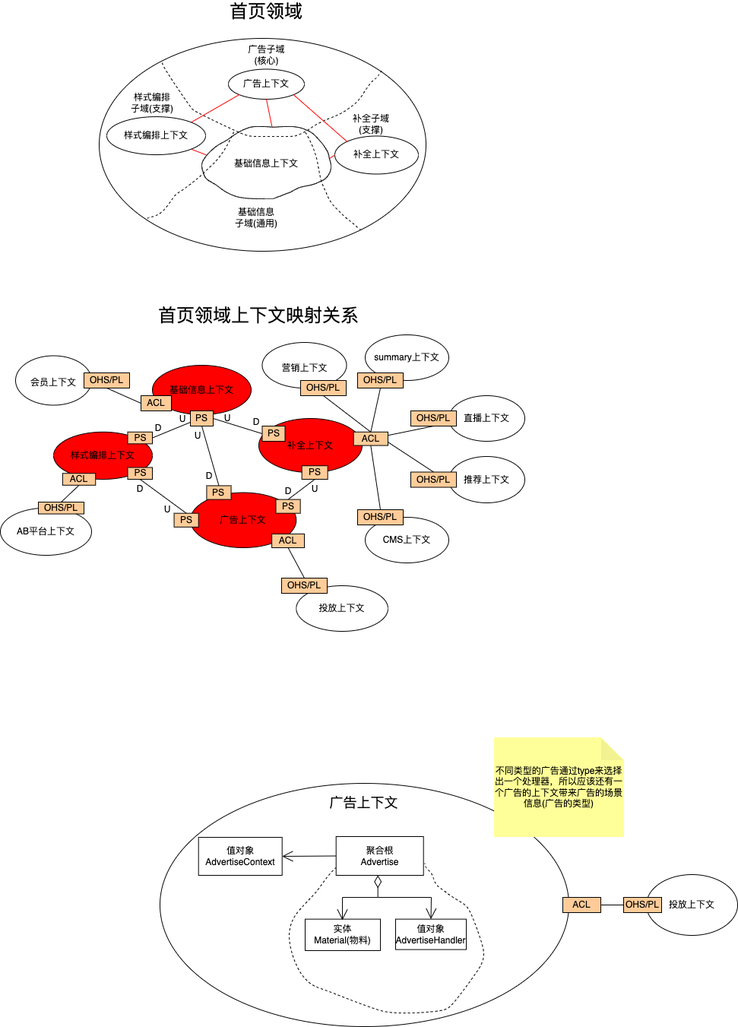
Above: 领域图.png in Ant-dong/images (draw.io), before the change. Source tidied: cells renumbered, new cells last; positions are measured from the earlier drawing's top-left corner, leaving out a move shared by most shapes.
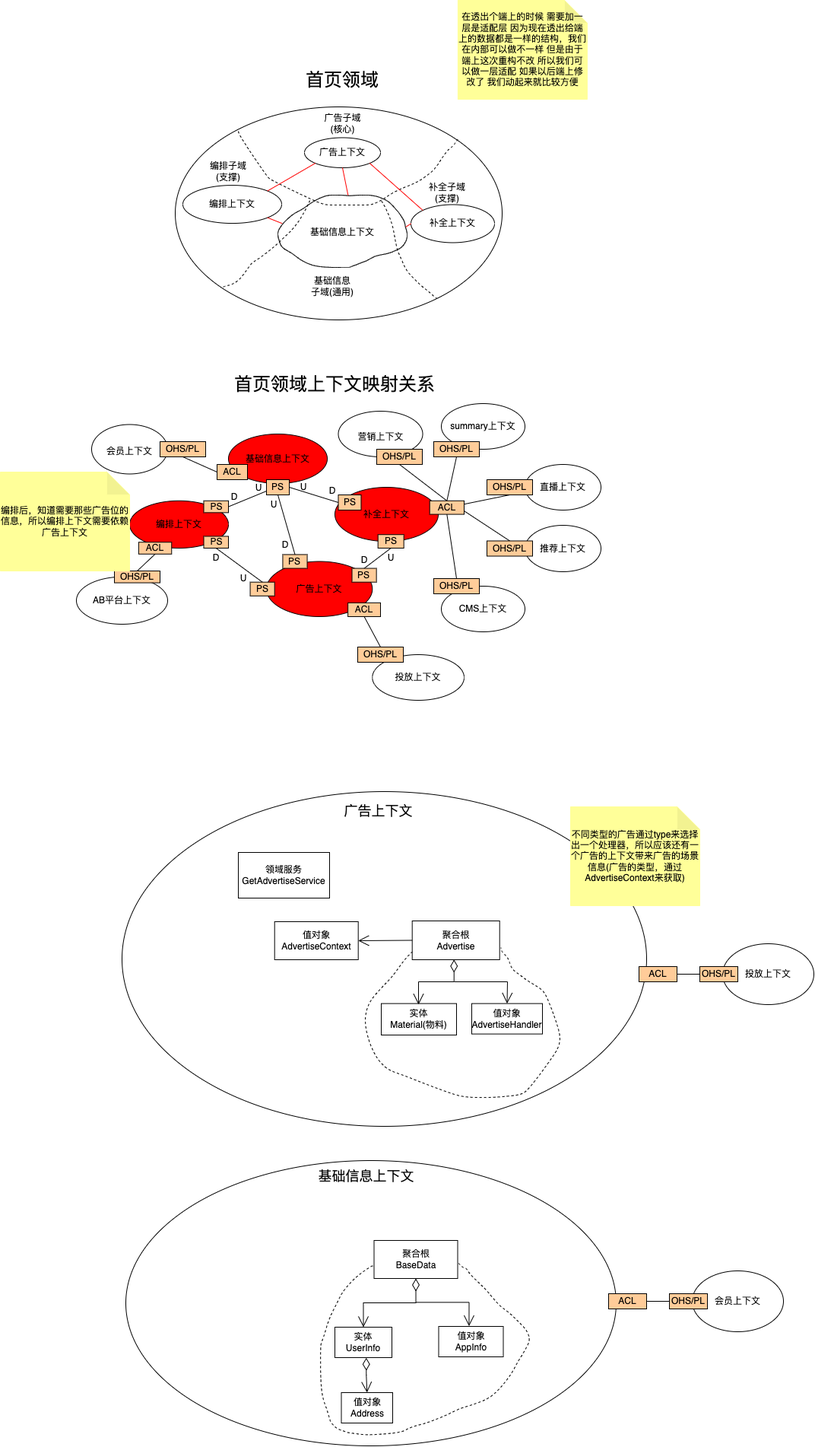
The same diagram one commit later.

Commit message:
更新领域图.png

The edit, as a diff of the source:
```diff
@@ -2,8 +2,11 @@
   <root>
     <mxCell id="0" />
     <mxCell id="1" parent="0" />
+    <mxCell id="101" style="ellipse;whiteSpace=wrap;html=1;fontSize=12;strokeColor=#000000;fillColor=#FFFFFF;" parent="1" vertex="1">
+      <mxGeometry x="65" y="1435" width="645" height="375" as="geometry" />
+    </mxCell>
     <mxCell id="2" style="ellipse;whiteSpace=wrap;html=1;fontSize=12;" parent="1" vertex="1">
-      <mxGeometry x="210" y="1030" width="538" height="320" as="geometry" />
+      <mxGeometry x="60" y="950" width="690" height="440" as="geometry" />
     </mxCell>
     <mxCell id="3" style="ellipse;whiteSpace=wrap;html=1;fontSize=12;" parent="1" vertex="1">
       <mxGeometry x="130" y="50" width="430" height="280" as="geometry" />
@@ -90,7 +93,7 @@
       <mxGeometry x="50.5" y="50" width="60" height="20" as="geometry" />
     </mxCell>
     <mxCell id="31" value="&lt;font style=&quot;font-size: 18px&quot;&gt;广告上下文&lt;/font&gt;" style="text;html=1;strokeColor=none;fillColor=none;align=center;verticalAlign=middle;whiteSpace=wrap;rounded=0;fontSize=12;" parent="1" vertex="1">
-      <mxGeometry x="426.5" y="1040" width="105" height="30" as="geometry" />
+      <mxGeometry x="344.5" y="960" width="105" height="30" as="geometry" />
     </mxCell>
     <mxCell id="32" value="&lt;font style=&quot;font-size: 12px&quot;&gt;会员上下文&lt;/font&gt;" style="ellipse;whiteSpace=wrap;html=1;fontSize=18;fillColor=#FFFFFF;" parent="1" vertex="1">
       <mxGeometry x="20" y="467.5" width="100" height="65" as="geometry" />
@@ -98,10 +101,10 @@
     <mxCell id="33" style="group;" parent="1" vertex="1">
       <mxGeometry x="140" y="120" width="130" height="83.1" as="geometry" />
     </mxCell>
-    <mxCell id="34" value="样式编排上下文" style="ellipse;whiteSpace=wrap;html=1;fontSize=12;" parent="33" vertex="1">
+    <mxCell id="34" value="编排上下文" style="ellipse;whiteSpace=wrap;html=1;fontSize=12;" parent="33" vertex="1">
       <mxGeometry y="33.1" width="130" height="50" as="geometry" />
     </mxCell>
-    <mxCell id="35" value="样式编排子域(支撑)" style="text;html=1;strokeColor=none;fillColor=none;align=center;verticalAlign=middle;whiteSpace=wrap;rounded=0;fontSize=12;" parent="33" vertex="1">
+    <mxCell id="35" value="编排子域(支撑)" style="text;html=1;strokeColor=none;fillColor=none;align=center;verticalAlign=middle;whiteSpace=wrap;rounded=0;fontSize=12;" parent="33" vertex="1">
       <mxGeometry x="30" width="60" height="30" as="geometry" />
     </mxCell>
     <mxCell id="36" style="group;" parent="1" vertex="1">
@@ -200,7 +203,7 @@
     <mxCell id="67" style="group;" parent="1" vertex="1">
       <mxGeometry x="70" y="567.8" width="130" height="80" as="geometry" />
     </mxCell>
-    <mxCell id="68" value="样式编排上下文" style="ellipse;whiteSpace=wrap;html=1;fontSize=12;fillColor=#FF0000;" parent="67" vertex="1">
+    <mxCell id="68" value="编排上下文" style="ellipse;whiteSpace=wrap;html=1;fontSize=12;fillColor=#FF0000;" parent="67" vertex="1">
       <mxGeometry width="130" height="62.2" as="geometry" />
     </mxCell>
     <mxCell id="69" value="PS" style="rounded=0;whiteSpace=wrap;html=1;fontSize=12;fillColor=#FFCC99;" parent="67" vertex="1">
@@ -245,44 +248,9 @@
     <mxCell id="82" style="endArrow=none;html=1;rounded=0;fontSize=12;strokeColor=#000000;entryX=0;entryY=0.5;entryDx=0;entryDy=0;exitX=1;exitY=0.5;exitDx=0;exitDy=0;" parent="78" edge="1" source="79" target="81">
       <mxGeometry relative="1" as="geometry" />
     </mxCell>
-    <mxCell id="83" value="不同类型的广告通过type来选择出一个处理器，所以应该还有一个广告的上下文带来广告的场景信息(广告的类型)" style="shape=note;whiteSpace=wrap;html=1;backgroundOutline=1;darkOpacity=0.05;fontSize=12;strokeColor=#FFFF99;fillColor=#FFFF99;" parent="1" vertex="1">
+    <mxCell id="83" value="不同类型的广告通过type来选择出一个处理器，所以应该还有一个广告的上下文带来广告的场景信息(广告的类型，通过AdvertiseContext来获取)" style="shape=note;whiteSpace=wrap;html=1;backgroundOutline=1;darkOpacity=0.05;fontSize=12;strokeColor=#FFFF99;fillColor=#FFFF99;" parent="1" vertex="1">
       <mxGeometry x="650" y="970" width="170" height="130" as="geometry" />
     </mxCell>
-    <mxCell id="84" style="shape=(stored shape, 1932 characters);fillColor=none;fontSize=12;strokeColor=#000000;dashed=1;" parent="1" vertex="1">
-      <mxGeometry x="380" y="1135.2" width="256" height="196.9" as="geometry" />
-    </mxCell>
-    <mxCell id="85" value="实体&lt;br&gt;Material(物料)" style="rounded=0;whiteSpace=wrap;html=1;fontSize=12;strokeColor=#000000;fillColor=#FFFFFF;" parent="1" vertex="1">
-      <mxGeometry x="401" y="1208.6" width="99" height="41.4" as="geometry" />
-    </mxCell>
-    <mxCell id="86" value="聚合根&lt;br&gt;Advertise" style="rounded=0;whiteSpace=wrap;html=1;fontSize=12;strokeColor=#000000;fillColor=#FFFFFF;" parent="1" vertex="1">
-      <mxGeometry x="441.7" y="1100" width="115" height="51" as="geometry" />
-    </mxCell>
-    <mxCell id="87" style="endArrow=open;html=1;endSize=12;startArrow=diamondThin;startSize=14;startFill=0;edgeStyle=orthogonalEdgeStyle;align=left;verticalAlign=bottom;rounded=0;fontSize=12;strokeColor=#000000;exitX=0.456;exitY=0.08;exitDx=0;exitDy=0;exitPerimeter=0;" parent="1" edge="1" source="84">
-      <mxGeometry x="-1" y="3" relative="1" as="geometry">
-        <mxPoint x="450" y="1210" as="targetPoint" />
-        <Array as="points">
-          <mxPoint x="497" y="1180" />
-          <mxPoint x="450" y="1180" />
-        </Array>
-      </mxGeometry>
-    </mxCell>
-    <mxCell id="88" value="值对象AdvertiseHandler" style="rounded=0;whiteSpace=wrap;html=1;fontSize=12;strokeColor=#000000;fillColor=#FFFFFF;" parent="1" vertex="1">
-      <mxGeometry x="520" y="1208.6" width="93" height="40" as="geometry" />
-    </mxCell>
-    <mxCell id="89" style="endArrow=open;html=1;rounded=0;fontSize=12;strokeColor=#000000;entryX=0.5;entryY=0;entryDx=0;entryDy=0;endSize=12;" parent="1" edge="1" target="88">
-      <mxGeometry relative="1" as="geometry">
-        <mxPoint x="497" y="1180" as="sourcePoint" />
-        <Array as="points">
-          <mxPoint x="567" y="1180" />
-        </Array>
-      </mxGeometry>
-    </mxCell>
-    <mxCell id="90" value="值对象AdvertiseContext" style="rounded=0;whiteSpace=wrap;html=1;fontSize=12;strokeColor=#000000;fillColor=#FFFFFF;" parent="1" vertex="1">
-      <mxGeometry x="260.7" y="1101" width="110" height="50" as="geometry" />
-    </mxCell>
-    <mxCell id="91" style="endArrow=open;html=1;rounded=0;fontSize=12;strokeColor=#000000;endSize=12;exitX=0;exitY=0.5;exitDx=0;exitDy=0;entryX=1;entryY=0.5;entryDx=0;entryDy=0;" parent="1" edge="1" source="86" target="90">
-      <mxGeometry relative="1" as="geometry" />
-    </mxCell>
     <mxCell id="92" value="D" style="text;html=1;strokeColor=none;fillColor=none;align=center;verticalAlign=middle;whiteSpace=wrap;rounded=0;fontSize=12;" parent="1" vertex="1">
       <mxGeometry x="270" y="621.1" width="10" height="10" as="geometry" />
     </mxCell>
@@ -310,5 +278,107 @@
     <mxCell id="100" value="U" style="text;html=1;strokeColor=none;fillColor=none;align=center;verticalAlign=middle;whiteSpace=wrap;rounded=0;fontSize=12;" parent="1" vertex="1">
       <mxGeometry x="235" y="546" width="10" height="10" as="geometry" />
     </mxCell>
+    <mxCell id="102" style="group;" parent="1" vertex="1">
+      <mxGeometry x="260.7" y="1120" width="375.2" height="232.1" as="geometry" />
+    </mxCell>
+    <mxCell id="84" style="shape=(stored shape, 1932 characters);fillColor=none;fontSize=12;strokeColor=#000000;dashed=1;" parent="102" vertex="1">
+      <mxGeometry x="119.3" y="35.2" width="256" height="196.9" as="geometry" />
+    </mxCell>
+    <mxCell id="85" value="实体&lt;br&gt;Material(物料)" style="rounded=0;whiteSpace=wrap;html=1;fontSize=12;strokeColor=#000000;fillColor=#FFFFFF;" parent="102" vertex="1">
+      <mxGeometry x="140.3" y="108.6" width="99" height="41.4" as="geometry" />
+    </mxCell>
+    <mxCell id="86" value="聚合根&lt;br&gt;Advertise" style="rounded=0;whiteSpace=wrap;html=1;fontSize=12;strokeColor=#000000;fillColor=#FFFFFF;" parent="102" vertex="1">
+      <mxGeometry x="181" width="115" height="51" as="geometry" />
+    </mxCell>
+    <mxCell id="87" style="endArrow=open;html=1;endSize=12;startArrow=diamondThin;startSize=14;startFill=0;edgeStyle=orthogonalEdgeStyle;align=left;verticalAlign=bottom;rounded=0;fontSize=12;strokeColor=#000000;exitX=0.456;exitY=0.08;exitDx=0;exitDy=0;exitPerimeter=0;" parent="102" edge="1" source="84">
+      <mxGeometry x="-1" y="3" relative="1" as="geometry">
+        <mxPoint x="189.3" y="110" as="targetPoint" />
+        <Array as="points">
+          <mxPoint x="236.3" y="80" />
+          <mxPoint x="189.3" y="80" />
+        </Array>
+      </mxGeometry>
+    </mxCell>
+    <mxCell id="88" value="值对象AdvertiseHandler" style="rounded=0;whiteSpace=wrap;html=1;fontSize=12;strokeColor=#000000;fillColor=#FFFFFF;" parent="102" vertex="1">
+      <mxGeometry x="259.3" y="108.6" width="93" height="40" as="geometry" />
+    </mxCell>
+    <mxCell id="89" style="endArrow=open;html=1;rounded=0;fontSize=12;strokeColor=#000000;entryX=0.5;entryY=0;entryDx=0;entryDy=0;endSize=12;" parent="102" edge="1" target="88">
+      <mxGeometry relative="1" as="geometry">
+        <mxPoint x="236.3" y="80" as="sourcePoint" />
+        <Array as="points">
+          <mxPoint x="306.3" y="80" />
+        </Array>
+      </mxGeometry>
+    </mxCell>
+    <mxCell id="90" value="值对象AdvertiseContext" style="rounded=0;whiteSpace=wrap;html=1;fontSize=12;strokeColor=#000000;fillColor=#FFFFFF;" parent="102" vertex="1">
+      <mxGeometry y="1" width="110" height="50" as="geometry" />
+    </mxCell>
+    <mxCell id="91" style="endArrow=open;html=1;rounded=0;fontSize=12;strokeColor=#000000;endSize=12;exitX=0;exitY=0.5;exitDx=0;exitDy=0;entryX=1;entryY=0.5;entryDx=0;entryDy=0;" parent="102" edge="1" source="86" target="90">
+      <mxGeometry relative="1" as="geometry" />
+    </mxCell>
+    <mxCell id="103" value="领域服务GetAdvertiseService" style="rounded=0;whiteSpace=wrap;html=1;fontSize=12;strokeColor=#000000;fillColor=#FFFFFF;" parent="1" vertex="1">
+      <mxGeometry x="213" y="1030" width="120" height="60" as="geometry" />
+    </mxCell>
+    <mxCell id="104" value="编排后，知道需要那些广告位的信息，所以编排上下文需要依赖广告上下文" style="shape=note;whiteSpace=wrap;html=1;backgroundOutline=1;darkOpacity=0.05;fontSize=12;strokeColor=#FFFF99;fillColor=#FFFF99;" parent="1" vertex="1">
+      <mxGeometry x="-100" y="530" width="170" height="130" as="geometry" />
+    </mxCell>
+    <mxCell id="105" value="在透出个端上的时候 需要加一层是适配层 因为现在透出给端上的数据都是一样的结构，我们在内部可以做不一样 但是由于端上这次重构不改 所以我们可以做一层适配 如果以后端上修改了 我们动起来就比较方便" style="shape=note;whiteSpace=wrap;html=1;backgroundOutline=1;darkOpacity=0.05;fontSize=12;strokeColor=#FFFF99;fillColor=#FFFF99;" parent="1" vertex="1">
+      <mxGeometry x="501.9" y="-90" width="170" height="130" as="geometry" />
+    </mxCell>
+    <mxCell id="106" style="group;" parent="1" vertex="1">
+      <mxGeometry x="340" y="1540" width="221.5" height="240" as="geometry" />
+    </mxCell>
+    <mxCell id="107" value="聚合根&lt;br&gt;BaseData" style="rounded=0;whiteSpace=wrap;html=1;fontSize=12;strokeColor=#000000;fillColor=#FFFFFF;" parent="106" vertex="1">
+      <mxGeometry x="51.5" width="110" height="50" as="geometry" />
+    </mxCell>
+    <mxCell id="108" style="endArrow=open;html=1;endSize=12;startArrow=diamondThin;startSize=14;startFill=0;edgeStyle=orthogonalEdgeStyle;align=left;verticalAlign=bottom;rounded=0;fontSize=12;strokeColor=#000000;exitX=0.5;exitY=1;exitDx=0;exitDy=0;entryX=0.5;entryY=0;entryDx=0;entryDy=0;" parent="106" edge="1" source="107" target="109">
+      <mxGeometry x="-1" y="3" relative="1" as="geometry">
+        <Array as="points">
+          <mxPoint x="106.5" y="82" />
+          <mxPoint x="37.5" y="82" />
+        </Array>
+      </mxGeometry>
+    </mxCell>
+    <mxCell id="109" value="实体&lt;br&gt;UserInfo" style="rounded=0;whiteSpace=wrap;html=1;fontSize=12;strokeColor=#000000;fillColor=#FFFFFF;" parent="106" vertex="1">
+      <mxGeometry y="114" width="75" height="40" as="geometry" />
+    </mxCell>
+    <mxCell id="110" value="值对象&lt;br&gt;AppInfo" style="rounded=0;whiteSpace=wrap;html=1;fontSize=12;strokeColor=#000000;fillColor=#FFFFFF;" parent="106" vertex="1">
+      <mxGeometry x="136.5" y="113" width="85" height="40" as="geometry" />
+    </mxCell>
+    <mxCell id="111" style="endArrow=open;html=1;rounded=0;fontSize=12;strokeColor=#000000;entryX=0.47;entryY=-0.009;entryDx=0;entryDy=0;endSize=12;entryPerimeter=0;" parent="106" edge="1" target="110">
+      <mxGeometry relative="1" as="geometry">
+        <mxPoint x="106.5" y="81.4" as="sourcePoint" />
+        <Array as="points">
+          <mxPoint x="176.5" y="81.4" />
+        </Array>
+      </mxGeometry>
+    </mxCell>
+    <mxCell id="112" value="值对象&lt;br&gt;Address" style="rounded=0;whiteSpace=wrap;html=1;fontSize=12;strokeColor=#000000;fillColor=#FFFFFF;" parent="106" vertex="1">
+      <mxGeometry x="8.5" y="200" width="67.5" height="40" as="geometry" />
+    </mxCell>
+    <mxCell id="113" style="endArrow=open;html=1;endSize=12;startArrow=diamondThin;startSize=14;startFill=0;edgeStyle=orthogonalEdgeStyle;align=left;verticalAlign=bottom;rounded=0;fontSize=12;strokeColor=#000000;entryX=0.5;entryY=0;entryDx=0;entryDy=0;exitX=0.55;exitY=1.005;exitDx=0;exitDy=0;exitPerimeter=0;" parent="106" edge="1" source="109" target="112">
+      <mxGeometry x="-1" y="3" relative="1" as="geometry" />
+    </mxCell>
+    <mxCell id="114" value="&lt;font style=&quot;font-size: 18px&quot;&gt;基础信息上下文&lt;/font&gt;" style="text;html=1;strokeColor=none;fillColor=none;align=center;verticalAlign=middle;whiteSpace=wrap;rounded=0;fontSize=12;" parent="1" vertex="1">
+      <mxGeometry x="314.1" y="1440" width="135.4" height="30" as="geometry" />
+    </mxCell>
+    <mxCell id="115" style="group;" parent="1" vertex="1">
+      <mxGeometry x="700" y="1580" width="230" height="80" as="geometry" />
+    </mxCell>
+    <mxCell id="116" value="ACL" style="rounded=0;whiteSpace=wrap;html=1;fontSize=12;strokeColor=#000000;fillColor=#FFCC99;" parent="115" vertex="1">
+      <mxGeometry y="30" width="50" height="20" as="geometry" />
+    </mxCell>
+    <mxCell id="117" value="会员上下文" style="ellipse;whiteSpace=wrap;html=1;fontSize=12;strokeColor=#000000;fillColor=#FFFFFF;" parent="115" vertex="1">
+      <mxGeometry x="110" width="120" height="80" as="geometry" />
+    </mxCell>
+    <mxCell id="118" value="OHS/PL" style="rounded=0;whiteSpace=wrap;html=1;fontSize=12;strokeColor=#000000;fillColor=#FFCC99;" parent="115" vertex="1">
+      <mxGeometry x="80" y="30" width="50" height="20" as="geometry" />
+    </mxCell>
+    <mxCell id="119" style="endArrow=none;html=1;rounded=0;fontSize=12;strokeColor=#000000;entryX=0;entryY=0.5;entryDx=0;entryDy=0;exitX=1;exitY=0.5;exitDx=0;exitDy=0;" parent="115" edge="1" source="116" target="118">
+      <mxGeometry relative="1" as="geometry" />
+    </mxCell>
+    <mxCell id="120" style="shape=(stored shape, 2728 characters);fillColor=none;fontSize=18;strokeColor=#000000;dashed=1;" parent="1" vertex="1">
+      <mxGeometry x="321.1" y="1569.9" width="274.6" height="225.4" as="geometry" />
+    </mxCell>
   </root>
 </mxGraphModel>
```
